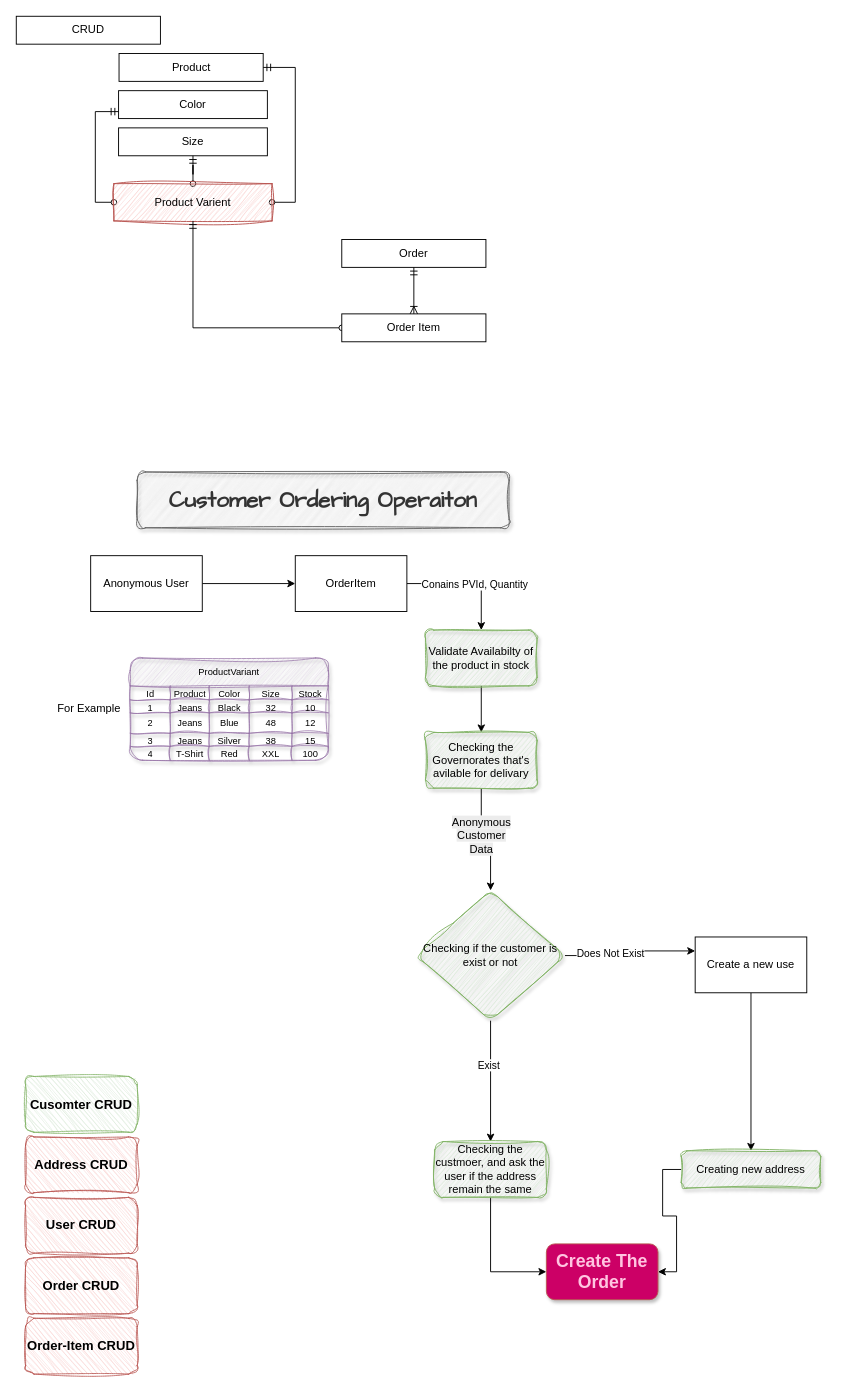
The draw.io diagram page "Features" (4 of 15) of Kemet.drawio in MustaphaAlaa/Kemet, before the edit. Source tidied: cells renumbered, new cells numbered last; positions are measured from the earlier drawing's top-left corner, leaving out a move shared by most shapes. Both pictures are drawn from the tidied source at 93%, with x=0, y=0 at pixel (16, 16).
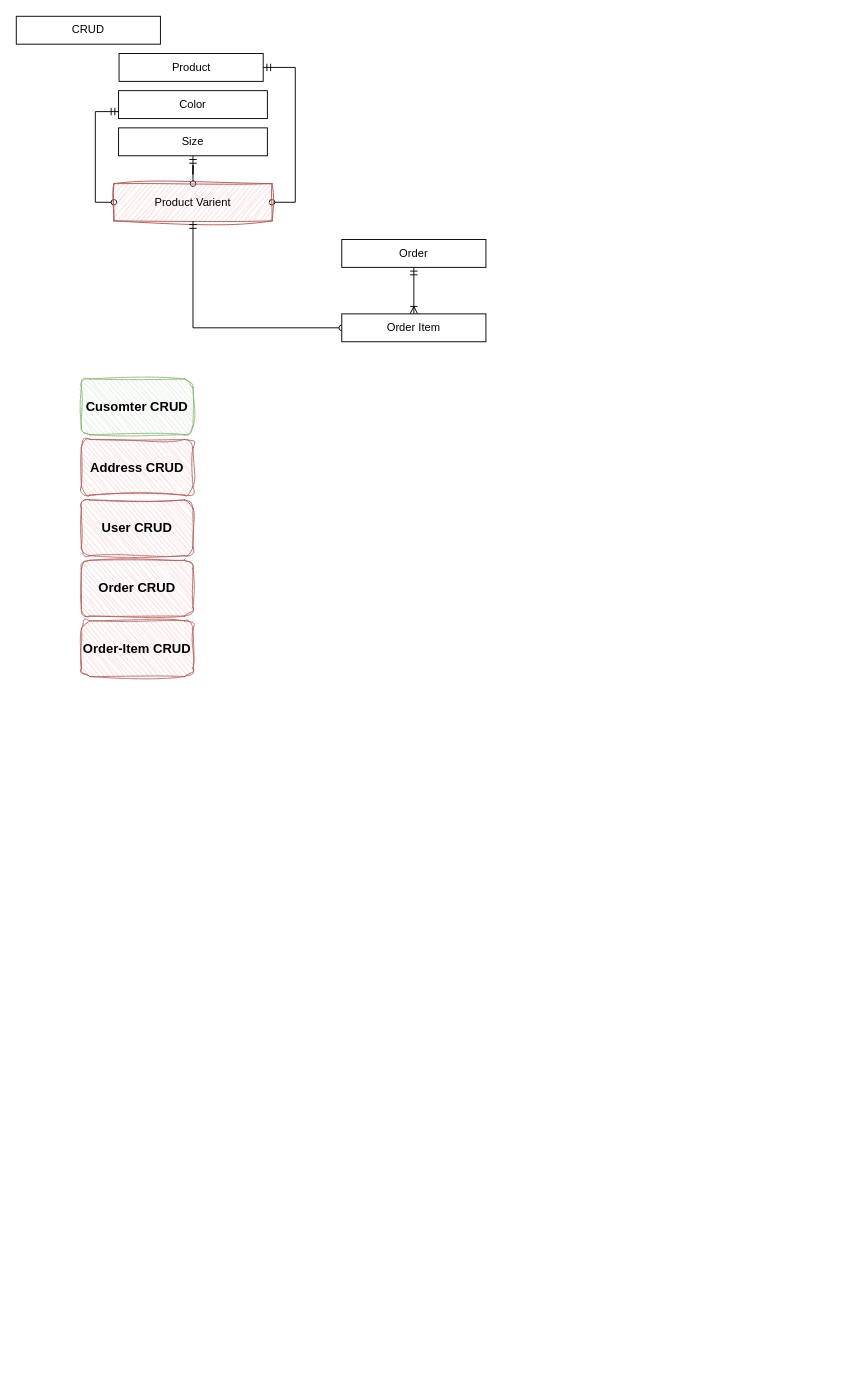
Above is the later version.

Diff of the diagram source:
```diff
@@
-    <mxCell id="14" style="edgeStyle=orthogonalEdgeStyle;rounded=0;jettySize=auto;html=1;" parent="1" edge="1" source="15" target="18">
-      <mxGeometry relative="1" as="geometry" />
-    </mxCell>
-    <mxCell id="15" value="Anonymous User" style="rounded=0;whiteSpace=wrap;html=1;" parent="1" vertex="1">
-      <mxGeometry x="80" y="580" width="120" height="60" as="geometry" />
-    </mxCell>
-    <mxCell id="16" style="edgeStyle=orthogonalEdgeStyle;rounded=0;jettySize=auto;html=1;exitX=1;exitY=0.5;exitDx=0;exitDy=0;" parent="1" edge="1" source="18" target="52">
-      <mxGeometry relative="1" as="geometry" />
-    </mxCell>
-    <mxCell id="17" value="Conains PVId, Quantity" style="edgeLabel;html=1;align=center;verticalAlign=middle;" parent="16" vertex="1">
-      <mxGeometry x="0.1" relative="1" as="geometry" />
-    </mxCell>
-    <mxCell id="18" value="OrderItem" style="whiteSpace=wrap;html=1;rounded=0;" parent="1" vertex="1">
-      <mxGeometry x="300" y="580" width="120" height="60" as="geometry" />
-    </mxCell>
-    <mxCell id="19" value="ProductVariant" style="shape=table;startSize=30;childLayout=tableLayout;strokeColor=#9673a6;fontSize=10;rounded=1;shadow=1;sketch=1;curveFitting=1;jiggle=2;opacity=80;fillColor=#e1d5e7;fillStyle=hachure;gradientColor=none;" parent="1" vertex="1">
-      <mxGeometry x="122.5" y="690" width="213" height="110" as="geometry" />
-    </mxCell>
-    <mxCell id="20" style="shape=tableRow;horizontal=0;startSize=0;swimlaneHead=0;swimlaneBody=0;strokeColor=inherit;top=0;left=0;bottom=0;right=0;fillColor=none;fontSize=10;" parent="19" vertex="1">
-      <mxGeometry y="30" width="213" height="15" as="geometry" />
-    </mxCell>
-    <mxCell id="21" value="Id" style="shape=partialRectangle;html=1;whiteSpace=wrap;strokeColor=inherit;overflow=hidden;fillColor=none;top=0;left=0;bottom=0;right=0;fontSize=10;" parent="20" vertex="1">
-      <mxGeometry width="43" height="15" as="geometry" />
-    </mxCell>
-    <mxCell id="22" value="Product" style="shape=partialRectangle;html=1;whiteSpace=wrap;strokeColor=inherit;overflow=hidden;fillColor=none;top=0;left=0;bottom=0;right=0;fontSize=10;" parent="20" vertex="1">
-      <mxGeometry x="43" width="42" height="15" as="geometry" />
-    </mxCell>
-    <mxCell id="23" value="Color" style="shape=partialRectangle;html=1;whiteSpace=wrap;strokeColor=inherit;overflow=hidden;fillColor=none;top=0;left=0;bottom=0;right=0;fontSize=10;" parent="20" vertex="1">
-      <mxGeometry x="85" width="43" height="15" as="geometry" />
-    </mxCell>
-    <mxCell id="24" value="Size" style="shape=partialRectangle;html=1;whiteSpace=wrap;strokeColor=inherit;overflow=hidden;fillColor=none;top=0;left=0;bottom=0;right=0;fontSize=10;" parent="20" vertex="1">
-      <mxGeometry x="128" width="46" height="15" as="geometry" />
-    </mxCell>
-    <mxCell id="25" value="Stock" style="shape=partialRectangle;html=1;whiteSpace=wrap;strokeColor=inherit;overflow=hidden;fillColor=none;top=0;left=0;bottom=0;right=0;fontSize=10;" parent="20" vertex="1">
-      <mxGeometry x="174" width="39" height="15" as="geometry" />
-    </mxCell>
-    <mxCell id="26" style="shape=tableRow;horizontal=0;startSize=0;swimlaneHead=0;swimlaneBody=0;strokeColor=inherit;top=0;left=0;bottom=0;right=0;fillColor=none;fontSize=10;" parent="19" vertex="1">
-      <mxGeometry y="45" width="213" height="14" as="geometry" />
-    </mxCell>
-    <mxCell id="27" value="1" style="shape=partialRectangle;html=1;whiteSpace=wrap;strokeColor=inherit;overflow=hidden;fillColor=none;top=0;left=0;bottom=0;right=0;fontSize=10;" parent="26" vertex="1">
-      <mxGeometry width="43" height="14" as="geometry" />
-    </mxCell>
-    <mxCell id="28" value="Jeans" style="shape=partialRectangle;html=1;whiteSpace=wrap;strokeColor=inherit;overflow=hidden;fillColor=none;top=0;left=0;bottom=0;right=0;fontSize=10;" parent="26" vertex="1">
-      <mxGeometry x="43" width="42" height="14" as="geometry" />
-    </mxCell>
-    <mxCell id="29" value="Black" style="shape=partialRectangle;html=1;whiteSpace=wrap;strokeColor=inherit;overflow=hidden;fillColor=none;top=0;left=0;bottom=0;right=0;fontSize=10;" parent="26" vertex="1">
-      <mxGeometry x="85" width="43" height="14" as="geometry" />
-    </mxCell>
-    <mxCell id="30" value="32" style="shape=partialRectangle;html=1;whiteSpace=wrap;strokeColor=inherit;overflow=hidden;fillColor=none;top=0;left=0;bottom=0;right=0;fontSize=10;" parent="26" vertex="1">
-      <mxGeometry x="128" width="46" height="14" as="geometry" />
-    </mxCell>
-    <mxCell id="31" value="10" style="shape=partialRectangle;html=1;whiteSpace=wrap;strokeColor=inherit;overflow=hidden;fillColor=none;top=0;left=0;bottom=0;right=0;fontSize=10;" parent="26" vertex="1">
-      <mxGeometry x="174" width="39" height="14" as="geometry" />
-    </mxCell>
-    <mxCell id="32" style="shape=tableRow;horizontal=0;startSize=0;swimlaneHead=0;swimlaneBody=0;strokeColor=inherit;top=0;left=0;bottom=0;right=0;fillColor=none;fontSize=10;" parent="19" vertex="1">
-      <mxGeometry y="59" width="213" height="22" as="geometry" />
-    </mxCell>
-    <mxCell id="33" value="2" style="shape=partialRectangle;html=1;whiteSpace=wrap;strokeColor=inherit;overflow=hidden;fillColor=none;top=0;left=0;bottom=0;right=0;fontSize=10;" parent="32" vertex="1">
-      <mxGeometry width="43" height="22" as="geometry" />
-    </mxCell>
-    <mxCell id="34" value="Jeans" style="shape=partialRectangle;html=1;whiteSpace=wrap;strokeColor=inherit;overflow=hidden;fillColor=none;top=0;left=0;bottom=0;right=0;fontSize=10;" parent="32" vertex="1">
-      <mxGeometry x="43" width="42" height="22" as="geometry" />
-    </mxCell>
-    <mxCell id="35" value="Blue" style="shape=partialRectangle;html=1;whiteSpace=wrap;strokeColor=inherit;overflow=hidden;fillColor=none;top=0;left=0;bottom=0;right=0;fontSize=10;" parent="32" vertex="1">
-      <mxGeometry x="85" width="43" height="22" as="geometry" />
-    </mxCell>
-    <mxCell id="36" value="48" style="shape=partialRectangle;html=1;whiteSpace=wrap;strokeColor=inherit;overflow=hidden;fillColor=none;top=0;left=0;bottom=0;right=0;fontSize=10;" parent="32" vertex="1">
-      <mxGeometry x="128" width="46" height="22" as="geometry" />
-    </mxCell>
-    <mxCell id="37" value="12" style="shape=partialRectangle;html=1;whiteSpace=wrap;strokeColor=inherit;overflow=hidden;fillColor=none;top=0;left=0;bottom=0;right=0;fontSize=10;" parent="32" vertex="1">
-      <mxGeometry x="174" width="39" height="22" as="geometry" />
-    </mxCell>
-    <mxCell id="38" style="shape=tableRow;horizontal=0;startSize=0;swimlaneHead=0;swimlaneBody=0;strokeColor=inherit;top=0;left=0;bottom=0;right=0;fillColor=none;fontSize=10;" parent="19" vertex="1">
-      <mxGeometry y="81" width="213" height="14" as="geometry" />
-    </mxCell>
-    <mxCell id="39" value="3" style="shape=partialRectangle;html=1;whiteSpace=wrap;strokeColor=inherit;overflow=hidden;fillColor=none;top=0;left=0;bottom=0;right=0;fontSize=10;" parent="38" vertex="1">
-      <mxGeometry width="43" height="14" as="geometry" />
-    </mxCell>
-    <mxCell id="40" value="Jeans" style="shape=partialRectangle;html=1;whiteSpace=wrap;strokeColor=inherit;overflow=hidden;fillColor=none;top=0;left=0;bottom=0;right=0;fontSize=10;" parent="38" vertex="1">
-      <mxGeometry x="43" width="42" height="14" as="geometry" />
-    </mxCell>
-    <mxCell id="41" value="Silver" style="shape=partialRectangle;html=1;whiteSpace=wrap;strokeColor=inherit;overflow=hidden;fillColor=none;top=0;left=0;bottom=0;right=0;fontSize=10;" parent="38" vertex="1">
-      <mxGeometry x="85" width="43" height="14" as="geometry" />
-    </mxCell>
-    <mxCell id="42" value="38" style="shape=partialRectangle;html=1;whiteSpace=wrap;strokeColor=inherit;overflow=hidden;fillColor=none;top=0;left=0;bottom=0;right=0;fontSize=10;" parent="38" vertex="1">
-      <mxGeometry x="128" width="46" height="14" as="geometry" />
-    </mxCell>
-    <mxCell id="43" value="15" style="shape=partialRectangle;html=1;whiteSpace=wrap;strokeColor=inherit;overflow=hidden;fillColor=none;top=0;left=0;bottom=0;right=0;fontSize=10;" parent="38" vertex="1">
-      <mxGeometry x="174" width="39" height="14" as="geometry" />
-    </mxCell>
-    <mxCell id="44" style="shape=tableRow;horizontal=0;startSize=0;swimlaneHead=0;swimlaneBody=0;strokeColor=inherit;top=0;left=0;bottom=0;right=0;fillColor=none;fontSize=10;" parent="19" vertex="1">
-      <mxGeometry y="95" width="213" height="15" as="geometry" />
-    </mxCell>
-    <mxCell id="45" value="4" style="shape=partialRectangle;html=1;whiteSpace=wrap;strokeColor=inherit;overflow=hidden;fillColor=none;top=0;left=0;bottom=0;right=0;fontSize=10;" parent="44" vertex="1">
-      <mxGeometry width="43" height="15" as="geometry" />
-    </mxCell>
-    <mxCell id="46" value="T-Shirt" style="shape=partialRectangle;html=1;whiteSpace=wrap;strokeColor=inherit;overflow=hidden;fillColor=none;top=0;left=0;bottom=0;right=0;fontSize=10;" parent="44" vertex="1">
-      <mxGeometry x="43" width="42" height="15" as="geometry" />
-    </mxCell>
-    <mxCell id="47" value="Red" style="shape=partialRectangle;html=1;whiteSpace=wrap;strokeColor=inherit;overflow=hidden;fillColor=none;top=0;left=0;bottom=0;right=0;fontSize=10;" parent="44" vertex="1">
-      <mxGeometry x="85" width="43" height="15" as="geometry" />
-    </mxCell>
-    <mxCell id="48" value="XXL" style="shape=partialRectangle;html=1;whiteSpace=wrap;strokeColor=inherit;overflow=hidden;fillColor=none;top=0;left=0;bottom=0;right=0;fontSize=10;" parent="44" vertex="1">
-      <mxGeometry x="128" width="46" height="15" as="geometry" />
-    </mxCell>
-    <mxCell id="49" value="100" style="shape=partialRectangle;html=1;whiteSpace=wrap;strokeColor=inherit;overflow=hidden;fillColor=none;top=0;left=0;bottom=0;right=0;fontSize=10;" parent="44" vertex="1">
-      <mxGeometry x="174" width="39" height="15" as="geometry" />
-    </mxCell>
-    <mxCell id="50" value="For Example" style="text;html=1;align=center;verticalAlign=middle;strokeColor=none;fillColor=none;" parent="1" vertex="1">
-      <mxGeometry x="32.5" y="730" width="90" height="30" as="geometry" />
-    </mxCell>
-    <mxCell id="51" style="edgeStyle=orthogonalEdgeStyle;rounded=0;jettySize=auto;html=1;" parent="1" edge="1" source="52" target="55">
-      <mxGeometry relative="1" as="geometry" />
-    </mxCell>
-    <mxCell id="52" value="Validate Availabilty of the product in stock" style="rounded=1;whiteSpace=wrap;html=1;fillColor=#d5e8d4;strokeColor=#82b366;sketch=1;curveFitting=1;jiggle=2;shadow=1;" parent="1" vertex="1">
-      <mxGeometry x="440" y="660" width="120" height="60" as="geometry" />
-    </mxCell>
-    <mxCell id="53" style="edgeStyle=orthogonalEdgeStyle;rounded=0;jettySize=auto;html=1;" parent="1" edge="1" source="55" target="61">
-      <mxGeometry relative="1" as="geometry" />
-    </mxCell>
-    <mxCell id="54" value="&lt;span style=&quot;font-size: 12px; text-wrap-mode: wrap; background-color: rgb(236, 236, 236);&quot;&gt;Anonymous Customer Data&lt;/span&gt;" style="edgeLabel;html=1;align=center;verticalAlign=middle;" parent="53" vertex="1">
-      <mxGeometry x="-0.17" y="-1" relative="1" as="geometry" />
-    </mxCell>
-    <mxCell id="55" value="Checking the Governorates that's avilable for delivary" style="rounded=1;whiteSpace=wrap;html=1;fillColor=#d5e8d4;strokeColor=#82b366;sketch=1;curveFitting=1;jiggle=2;shadow=1;" parent="1" vertex="1">
-      <mxGeometry x="440" y="770" width="120" height="60" as="geometry" />
-    </mxCell>
-    <mxCell id="56" value="&lt;h1&gt;&lt;b&gt;&lt;font face=&quot;Comic Sans MS&quot;&gt;Customer Ordering Operaiton&lt;/font&gt;&lt;/b&gt;&lt;/h1&gt;" style="rounded=1;whiteSpace=wrap;html=1;sketch=1;curveFitting=1;jiggle=2;glass=0;shadow=1;fillColor=#f5f5f5;strokeColor=#666666;fontColor=#333333;" parent="1" vertex="1">
-      <mxGeometry x="130" y="490" width="400" height="60" as="geometry" />
-    </mxCell>
-    <mxCell id="57" style="edgeStyle=orthogonalEdgeStyle;rounded=0;jettySize=auto;html=1;entryX=0;entryY=0.25;entryDx=0;entryDy=0;" parent="1" edge="1" source="61" target="65">
-      <mxGeometry relative="1" as="geometry" />
-    </mxCell>
-    <mxCell id="58" value="Does Not Exist" style="edgeLabel;html=1;align=center;verticalAlign=middle;" parent="57" vertex="1">
-      <mxGeometry x="-0.34" y="3" relative="1" as="geometry" />
-    </mxCell>
-    <mxCell id="59" style="edgeStyle=orthogonalEdgeStyle;rounded=0;jettySize=auto;html=1;" parent="1" edge="1" source="61" target="63">
-      <mxGeometry relative="1" as="geometry" />
-    </mxCell>
-    <mxCell id="60" value="Exist" style="edgeLabel;html=1;align=center;verticalAlign=middle;" parent="59" vertex="1">
-      <mxGeometry x="-0.28" y="-3" relative="1" as="geometry" />
-    </mxCell>
-    <mxCell id="61" value="Checking if the customer is exist or not" style="rhombus;whiteSpace=wrap;html=1;fillColor=#d5e8d4;strokeColor=#82b366;rounded=1;sketch=1;curveFitting=1;jiggle=2;shadow=1;" parent="1" vertex="1">
-      <mxGeometry x="430" y="940" width="160" height="140" as="geometry" />
-    </mxCell>
-    <mxCell id="62" style="edgeStyle=orthogonalEdgeStyle;rounded=0;jettySize=auto;html=1;entryX=0;entryY=0.5;entryDx=0;entryDy=0;" parent="1" edge="1" source="63" target="68">
-      <mxGeometry relative="1" as="geometry" />
-    </mxCell>
-    <mxCell id="63" value="Checking the custmoer, and ask the user if the address remain the same" style="whiteSpace=wrap;html=1;fillColor=#d5e8d4;strokeColor=#82b366;rounded=1;sketch=1;curveFitting=1;jiggle=2;shadow=1;" parent="1" vertex="1">
-      <mxGeometry x="450" y="1210" width="120" height="60" as="geometry" />
-    </mxCell>
-    <mxCell id="64" style="edgeStyle=orthogonalEdgeStyle;rounded=0;jettySize=auto;html=1;" parent="1" edge="1" source="65" target="67">
-      <mxGeometry relative="1" as="geometry" />
-    </mxCell>
-    <mxCell id="65" value="Create a new use" style="whiteSpace=wrap;html=1;" parent="1" vertex="1">
-      <mxGeometry x="730" y="990" width="120" height="60" as="geometry" />
-    </mxCell>
-    <mxCell id="66" style="edgeStyle=orthogonalEdgeStyle;rounded=0;jettySize=auto;html=1;entryX=1;entryY=0.5;entryDx=0;entryDy=0;" parent="1" edge="1" source="67" target="68">
-      <mxGeometry relative="1" as="geometry" />
-    </mxCell>
-    <mxCell id="67" value="Creating new address" style="whiteSpace=wrap;html=1;fillColor=#d5e8d4;strokeColor=#82b366;rounded=1;sketch=1;curveFitting=1;jiggle=2;shadow=1;" parent="1" vertex="1">
-      <mxGeometry x="715" y="1220" width="150" height="40" as="geometry" />
-    </mxCell>
-    <mxCell id="68" value="Create The Order" style="whiteSpace=wrap;html=1;fillColor=#CC0066;strokeColor=#b85450;fontColor=#FFC5E1;fontStyle=1;fontSize=19;rounded=1;shadow=1;" parent="1" vertex="1">
-      <mxGeometry x="570" y="1320" width="120" height="60" as="geometry" />
-    </mxCell>
     <mxCell id="69" value="Cusomter CRUD" style="rounded=1;whiteSpace=wrap;html=1;flipV=0;flipH=1;fillColor=#d5e8d4;strokeColor=#82b366;dashed=1;dashPattern=1 1;sketch=1;curveFitting=1;jiggle=2;fontStyle=1;fontSize=14;" parent="1" vertex="1">
-      <mxGeometry x="10" y="1140" width="120" height="60" as="geometry" />
+      <mxGeometry x="70" y="390" width="120" height="60" as="geometry" />
     </mxCell>
     <mxCell id="70" value="Address CRUD" style="rounded=1;whiteSpace=wrap;html=1;flipV=0;flipH=1;fillColor=#f8cecc;strokeColor=#b85450;gradientColor=none;dashed=1;dashPattern=1 1;sketch=1;curveFitting=1;jiggle=2;fontStyle=1;fontSize=14;" parent="1" vertex="1">
-      <mxGeometry x="10" y="1205" width="120" height="60" as="geometry" />
+      <mxGeometry x="70" y="455" width="120" height="60" as="geometry" />
     </mxCell>
     <mxCell id="71" value="Order CRUD" style="rounded=1;whiteSpace=wrap;html=1;flipV=0;flipH=1;fillColor=#f8cecc;strokeColor=#b85450;gradientColor=none;dashed=1;dashPattern=1 1;sketch=1;curveFitting=1;jiggle=2;fontStyle=1;fontSize=14;" parent="1" vertex="1">
-      <mxGeometry x="10" y="1335" width="120" height="60" as="geometry" />
+      <mxGeometry x="70" y="585" width="120" height="60" as="geometry" />
     </mxCell>
     <mxCell id="72" value="User CRUD" style="rounded=1;whiteSpace=wrap;html=1;flipV=0;flipH=1;fillColor=#f8cecc;strokeColor=#b85450;gradientColor=none;dashed=1;dashPattern=1 1;sketch=1;curveFitting=1;jiggle=2;fontStyle=1;fontSize=14;" parent="1" vertex="1">
-      <mxGeometry x="10" y="1270" width="120" height="60" as="geometry" />
+      <mxGeometry x="70" y="520" width="120" height="60" as="geometry" />
     </mxCell>
     <mxCell id="73" value="Order-Item CRUD" style="rounded=1;whiteSpace=wrap;html=1;flipV=0;flipH=1;fillColor=#f8cecc;strokeColor=#b85450;gradientColor=none;dashed=1;dashPattern=1 1;sketch=1;curveFitting=1;jiggle=2;fontStyle=1;fontSize=14;" parent="1" vertex="1">
-      <mxGeometry x="10" y="1400" width="120" height="60" as="geometry" />
+      <mxGeometry x="70" y="650" width="120" height="60" as="geometry" />
     </mxCell>
```
